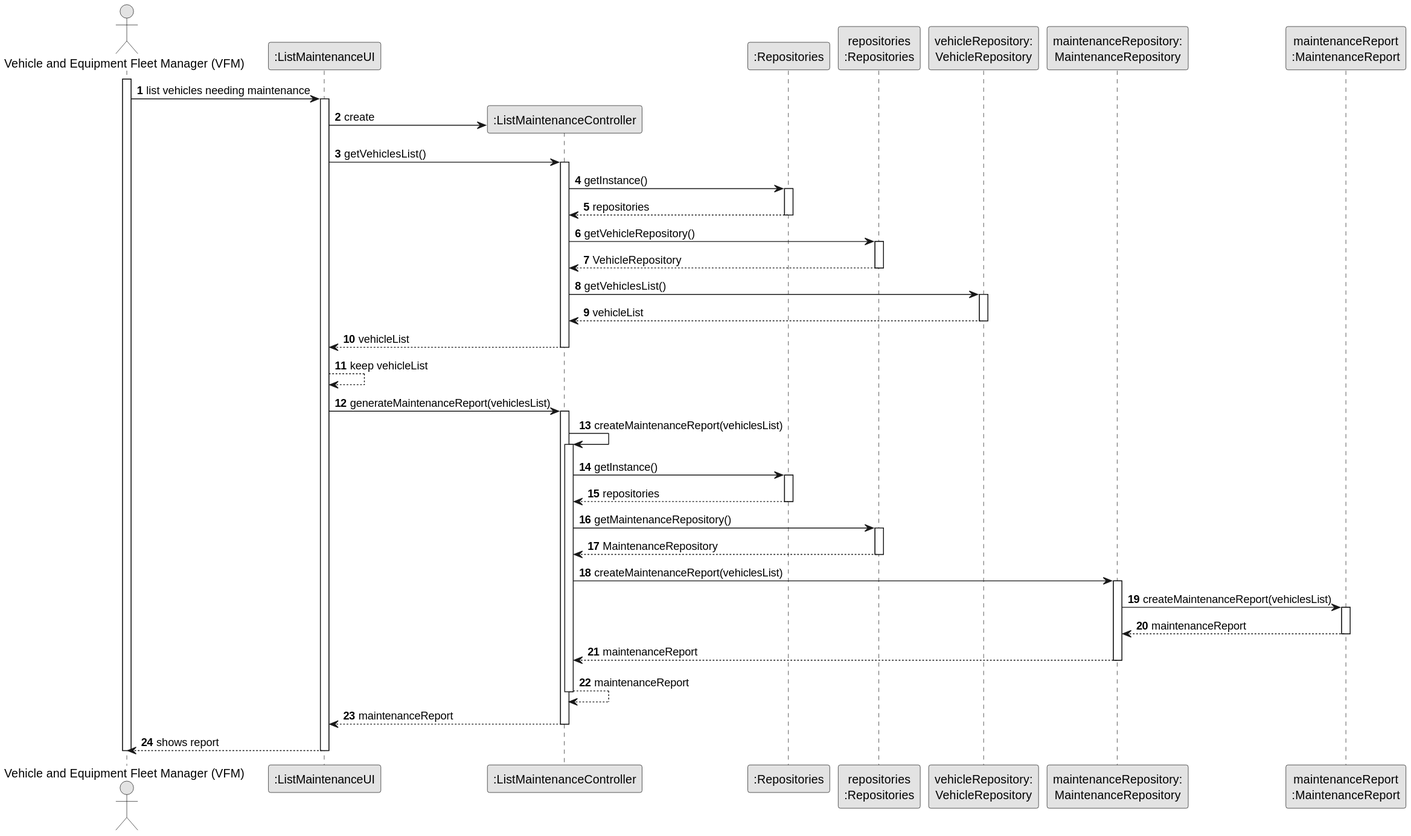
Before: docs/sprintB/us008/03.design/svg/us008-sequence-diagram-full.svg, a diagram exported from PlantUML (RicardoMorim/lapr2-ISEP-Project).
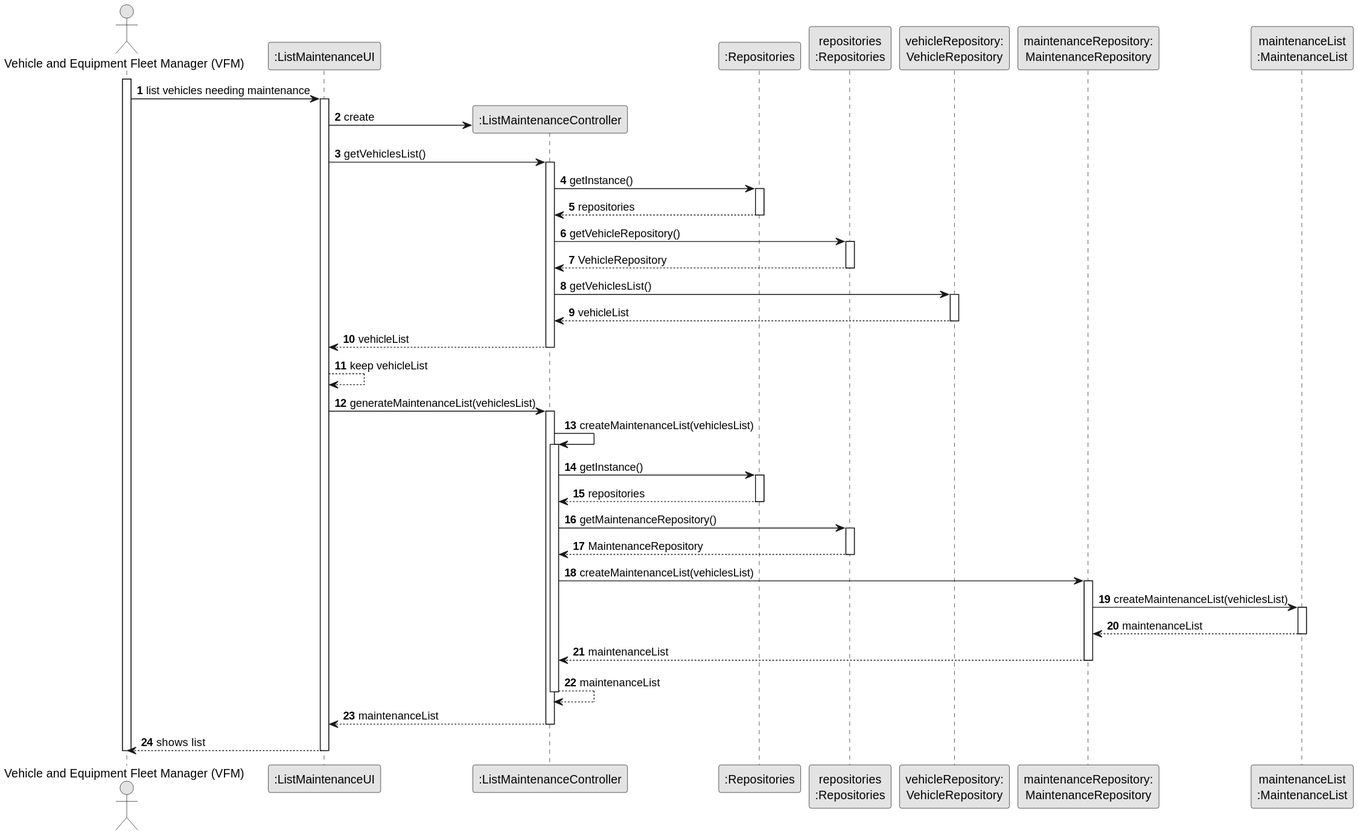
The same file after the commit.

Diff of the diagram source:
```diff
@@ -12,7 +12,7 @@
 participant "repositories\n:Repositories" as PLAT
 participant "vehicleRepository:\nVehicleRepository" as VehicleRepository
 participant "maintenanceRepository:\nMaintenanceRepository" as MaintenanceRepository
-participant "maintenanceReport\n:MaintenanceReport" as MaintenanceReport
+participant "maintenanceList\n:MaintenanceList" as MaintenanceList
 
 activate VFM
 
@@ -47,10 +47,10 @@
 
         UI --> UI : keep vehicleList
 
-        UI -> CTRL : generateMaintenanceReport(vehiclesList)
+        UI -> CTRL : generateMaintenanceList(vehiclesList)
         activate CTRL
 
-            CTRL -> CTRL : createMaintenanceReport(vehiclesList)
+            CTRL -> CTRL : createMaintenanceList(vehiclesList)
             activate CTRL
 
                 CTRL -> RepositorySingleton : getInstance()
@@ -65,25 +65,25 @@
                     PLAT --> CTRL: MaintenanceRepository
                 deactivate PLAT
 
-                CTRL -> MaintenanceRepository : createMaintenanceReport(vehiclesList)
+                CTRL -> MaintenanceRepository : createMaintenanceList(vehiclesList)
                 activate MaintenanceRepository
 
-                    MaintenanceRepository -> MaintenanceReport : createMaintenanceReport(vehiclesList)
-                    activate MaintenanceReport
+                    MaintenanceRepository -> MaintenanceList : createMaintenanceList(vehiclesList)
+                    activate MaintenanceList
 
-                    MaintenanceReport --> MaintenanceRepository : maintenanceReport
-                    deactivate MaintenanceReport
+                    MaintenanceList --> MaintenanceRepository : maintenanceList
+                    deactivate MaintenanceList
 
-                MaintenanceRepository --> CTRL : maintenanceReport
+                MaintenanceRepository --> CTRL : maintenanceList
                 deactivate MaintenanceRepository
 
-            CTRL --> CTRL : maintenanceReport
+            CTRL --> CTRL : maintenanceList
             deactivate CTRL
 
-            CTRL --> UI : maintenanceReport
+            CTRL --> UI : maintenanceList
         deactivate CTRL
 
-        UI --> VFM : shows report
+        UI --> VFM : shows list
     deactivate UI
 
 deactivate VFM
```
